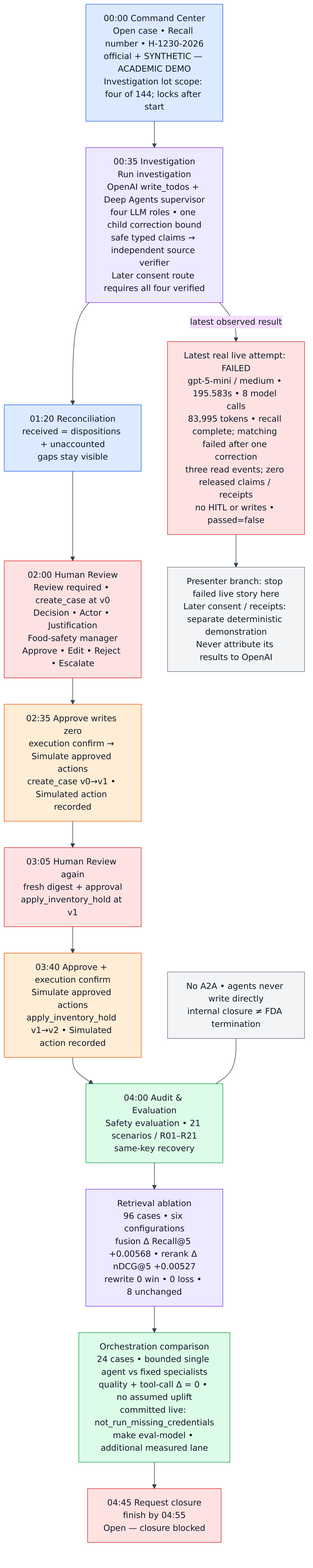
Above: docs/images/07_demo_story.png in nagarjunakanamarlapudi/reacall-agents (Mermaid), before the change. Its source is kept beside it as docs/images/07_demo_story.mmd.
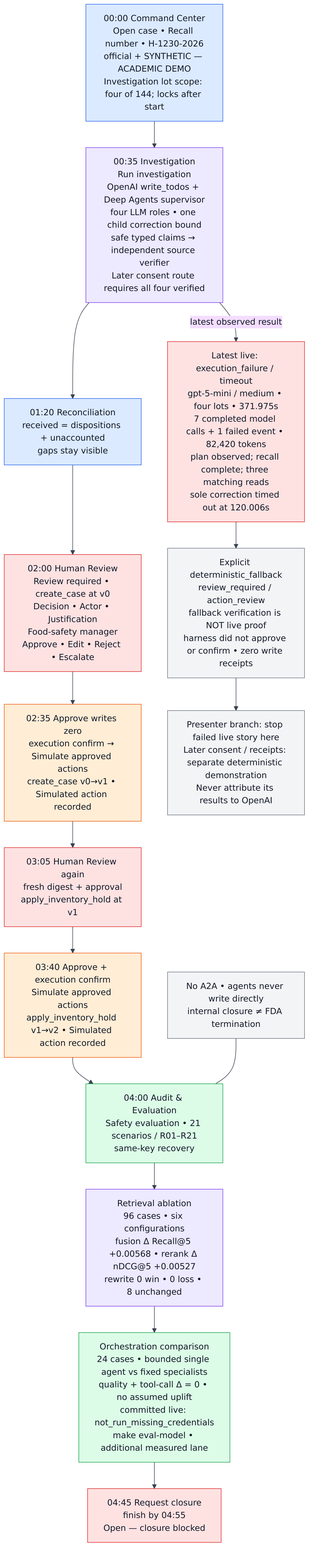
After the change.

What changed in the source:
```diff
@@ -19,7 +19,8 @@
   I["04:45 Request closure<br/>finish by 04:55<br/>Open — closure blocked"]:::human
 
   A --> B --> C --> D --> E --> F --> G --> H --> J --> K --> I
-  FAIL["Latest real live attempt: FAILED<br/>gpt-5-mini / medium • 195.583s • 8 model calls<br/>83,995 tokens • recall complete; matching failed after one correction<br/>three read events; zero released claims / receipts<br/>no HITL or writes • passed=false"]:::human
+  FAIL["Latest live: execution_failure / timeout<br/>gpt-5-mini / medium • four lots • 371.975s<br/>7 completed model calls + 1 failed event • 82,420 tokens<br/>plan observed; recall complete; three matching reads<br/>sole correction timed out at 120.006s"]:::human
+  FALLBACK["Explicit deterministic_fallback<br/>review_required / action_review<br/>fallback verification is NOT live proof<br/>harness did not approve or confirm • zero write receipts"]:::block
   MODE["Presenter branch: stop failed live story here<br/>Later consent / receipts: separate deterministic demonstration<br/>Never attribute its results to OpenAI"]:::block
-  B -->|latest observed result| FAIL --> MODE
+  B -->|latest observed result| FAIL --> FALLBACK --> MODE
   NOTE["No A2A • agents never write directly<br/>internal closure ≠ FDA termination"]:::block --- H
```
